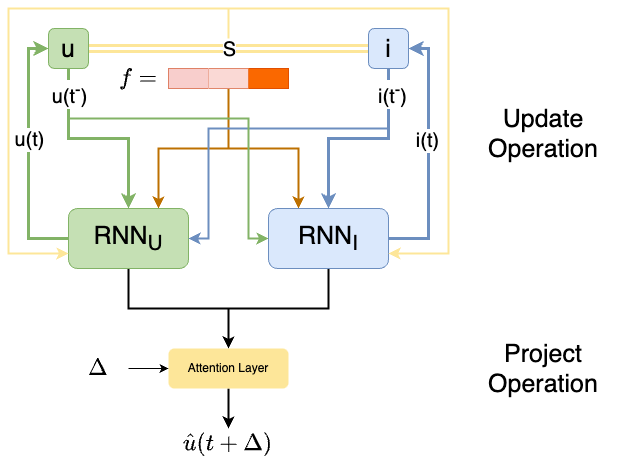
Above: figures/04_JODIE_with_state.png in AnnaJiang1308/TUM-Thesis-for-Informatics-Template (draw.io), before the change. Source tidied: cells renumbered, new cells last; positions are measured from the earlier drawing's top-left corner, leaving out a move shared by most shapes.
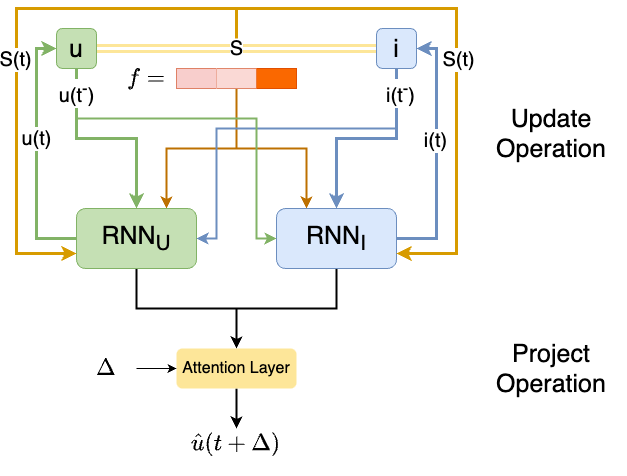
The same diagram one commit later.

What changed in the source:
```diff
@@ -122,7 +122,7 @@
     <mxCell id="28" style="edgeStyle=orthogonalEdgeStyle;rounded=0;jettySize=auto;html=1;entryX=0.5;entryY=0;entryDx=0;entryDy=0;fontSize=20;strokeWidth=2;" parent="1" edge="1" source="29" target="32">
       <mxGeometry relative="1" as="geometry" />
     </mxCell>
-    <mxCell id="29" value="Attention Layer" style="whiteSpace=wrap;html=1;rounded=1;fillColor=#FDE699;strokeColor=none;" parent="1" vertex="1">
+    <mxCell id="29" value="&lt;font style=&quot;font-size: 16px;&quot;&gt;Attention Layer&lt;/font&gt;" style="whiteSpace=wrap;html=1;rounded=1;fillColor=#FDE699;strokeColor=none;" parent="1" vertex="1">
       <mxGeometry x="160" y="340" width="120" height="40" as="geometry" />
     </mxCell>
     <mxCell id="30" style="edgeStyle=orthogonalEdgeStyle;rounded=0;jettySize=auto;html=1;entryX=0;entryY=0.5;entryDx=0;entryDy=0;" parent="1" edge="1" source="31" target="29">
@@ -140,7 +140,7 @@
     <mxCell id="34" value="&lt;div style=&quot;&quot;&gt;&lt;div&gt;&lt;span style=&quot;font-size: 25px;&quot;&gt;Project&lt;/span&gt;&lt;/div&gt;&lt;div style=&quot;font-size: 25px;&quot;&gt;Operation&lt;/div&gt;&lt;/div&gt;" style="text;html=1;align=center;verticalAlign=middle;whiteSpace=wrap;rounded=0;" parent="1" vertex="1">
       <mxGeometry x="460" y="322.4" width="150" height="75.2" as="geometry" />
     </mxCell>
-    <mxCell id="35" style="endArrow=classic;html=1;rounded=0;entryX=0;entryY=0.75;entryDx=0;entryDy=0;strokeWidth=2;strokeColor=#FDE699;" parent="1" edge="1" target="19">
+    <mxCell id="35" style="endArrow=classic;html=1;rounded=0;entryX=0;entryY=0.75;entryDx=0;entryDy=0;strokeWidth=3;strokeColor=#d79b00;fillColor=#ffe6cc;" parent="1" edge="1" target="19">
       <mxGeometry relative="1" as="geometry">
         <mxPoint x="220" y="30" as="sourcePoint" />
         <Array as="points">
@@ -151,7 +151,7 @@
         </Array>
       </mxGeometry>
     </mxCell>
-    <mxCell id="36" style="endArrow=classic;html=1;rounded=0;entryX=0;entryY=0.75;entryDx=0;entryDy=0;strokeWidth=2;strokeColor=#FDE699;" parent="1" edge="1">
+    <mxCell id="36" style="endArrow=classic;html=1;rounded=0;entryX=0;entryY=0.75;entryDx=0;entryDy=0;strokeWidth=3;strokeColor=#d79b00;fillColor=#ffe6cc;" parent="1" edge="1">
       <mxGeometry relative="1" as="geometry">
         <mxPoint x="220" y="30" as="sourcePoint" />
         <mxPoint x="380" y="245" as="targetPoint" />
@@ -163,5 +163,13 @@
         </Array>
       </mxGeometry>
     </mxCell>
+    <mxCell id="37" value="&lt;font style=&quot;font-size: 20px;&quot;&gt;S(t)&lt;/font&gt;" style="edgeLabel;html=1;align=center;verticalAlign=middle;" parent="36" vertex="1">
+      <mxGeometry x="0.08" y="2" relative="1" as="geometry" />
+    </mxCell>
+    <mxCell id="38" value="&lt;font style=&quot;font-size: 20px;&quot;&gt;S(t)&lt;/font&gt;" style="edgeLabel;html=1;align=center;verticalAlign=middle;" parent="1" vertex="1">
+      <mxGeometry x="452" y="60" as="geometry">
+        <mxPoint x="-453" y="-9" as="offset" />
+      </mxGeometry>
+    </mxCell>
   </root>
 </mxGraphModel>
```
